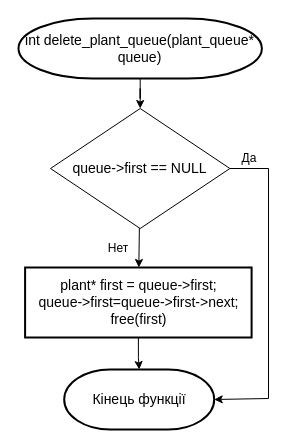
Before: page "Страница 2" (4 of 16) of diagram/garden.drawio in Act1on04/CourseWork, a draw.io diagram. Source tidied: cells renumbered, new cells numbered last; positions are measured from the earlier drawing's top-left corner, leaving out a move shared by most shapes. Both pictures are drawn from the tidied source at 100%, with x=0, y=0 at pixel (18, 18).
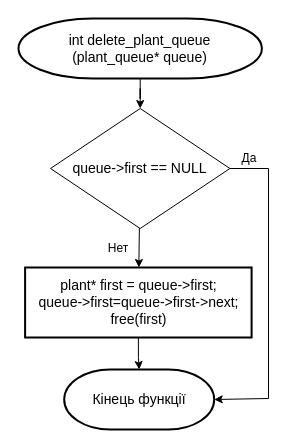
After the change.

What changed in the source:
```diff
@@
 <mxGraphModel>
   <root>
     <mxCell id="0" />
     <mxCell id="1" parent="0" />
     <mxCell id="2" style="edgeStyle=orthogonalEdgeStyle;rounded=0;jettySize=auto;html=1;" parent="1" edge="1" source="3" target="7">
       <mxGeometry relative="1" as="geometry" />
     </mxCell>
-    <mxCell id="3" value="&lt;font style=&quot;font-size: 14px&quot;&gt;int delete_plant_queue(plant_queue* queue)&lt;/font&gt;" style="strokeWidth=2;html=1;shape=mxgraph.flowchart.terminator;whiteSpace=wrap;" parent="1" vertex="1">
+    <mxCell id="3" value="&lt;font style=&quot;font-size: 14px&quot;&gt;int delete_plant_queue&lt;br&gt;(plant_queue* queue)&lt;/font&gt;" style="strokeWidth=2;html=1;shape=mxgraph.flowchart.terminator;whiteSpace=wrap;" parent="1" vertex="1">
       <mxGeometry width="243.4" height="60" as="geometry" />
     </mxCell>
     <mxCell id="4" value="&lt;font style=&quot;font-size: 14px&quot;&gt;Кінець функції&lt;/font&gt;" style="strokeWidth=2;html=1;shape=mxgraph.flowchart.terminator;whiteSpace=wrap;" parent="1" vertex="1">
       <mxGeometry x="45.7" y="351" width="150" height="60" as="geometry" />
     </mxCell>
     <mxCell id="5" style="edgeStyle=none;html=1;" parent="1" edge="1" source="7" target="9">
       <mxGeometry relative="1" as="geometry" />
     </mxCell>
     <mxCell id="6" style="edgeStyle=orthogonalEdgeStyle;rounded=0;jettySize=auto;html=1;entryX=1;entryY=0.5;entryDx=0;entryDy=0;entryPerimeter=0;" parent="1" edge="1" source="7" target="4">
       <mxGeometry relative="1" as="geometry">
         <Array as="points">
           <mxPoint x="250" y="150" />
           <mxPoint x="250" y="380" />
         </Array>
       </mxGeometry>
     </mxCell>
     <mxCell id="7" value="&lt;font style=&quot;font-size: 14px&quot;&gt;queue-&amp;gt;first == NULL&lt;/font&gt;" style="rhombus;whiteSpace=wrap;html=1;" parent="1" vertex="1">
       <mxGeometry x="32" y="90" width="179.4" height="120" as="geometry" />
     </mxCell>
     <mxCell id="8" style="edgeStyle=orthogonalEdgeStyle;rounded=0;jettySize=auto;html=1;" parent="1" edge="1" source="9" target="4">
       <mxGeometry relative="1" as="geometry" />
     </mxCell>
     <mxCell id="9" value="&lt;div&gt;&lt;span style=&quot;font-size: 14px&quot;&gt;plant* first = queue-&amp;gt;first;&lt;/span&gt;&lt;/div&gt;&lt;div&gt;&lt;span style=&quot;font-size: 14px&quot;&gt;queue-&amp;gt;first=queue-&amp;gt;first-&amp;gt;next;&lt;/span&gt;&lt;/div&gt;&lt;div&gt;&lt;span style=&quot;font-size: 14px&quot;&gt;free(first)&lt;/span&gt;&lt;br&gt;&lt;/div&gt;" style="whiteSpace=wrap;html=1;strokeWidth=2;align=center;" parent="1" vertex="1">
       <mxGeometry x="6.6" y="249" width="226.5" height="70" as="geometry" />
     </mxCell>
     <mxCell id="10" value="Да" style="text;html=1;strokeColor=none;fillColor=none;align=center;verticalAlign=middle;whiteSpace=wrap;rounded=0;" parent="1" vertex="1">
       <mxGeometry x="211.4" y="130" width="40" height="20" as="geometry" />
     </mxCell>
     <mxCell id="11" value="Нет" style="text;html=1;strokeColor=none;fillColor=none;align=center;verticalAlign=middle;whiteSpace=wrap;rounded=0;" parent="1" vertex="1">
       <mxGeometry x="80.1" y="220" width="40" height="20" as="geometry" />
     </mxCell>
   </root>
 </mxGraphModel>
```
